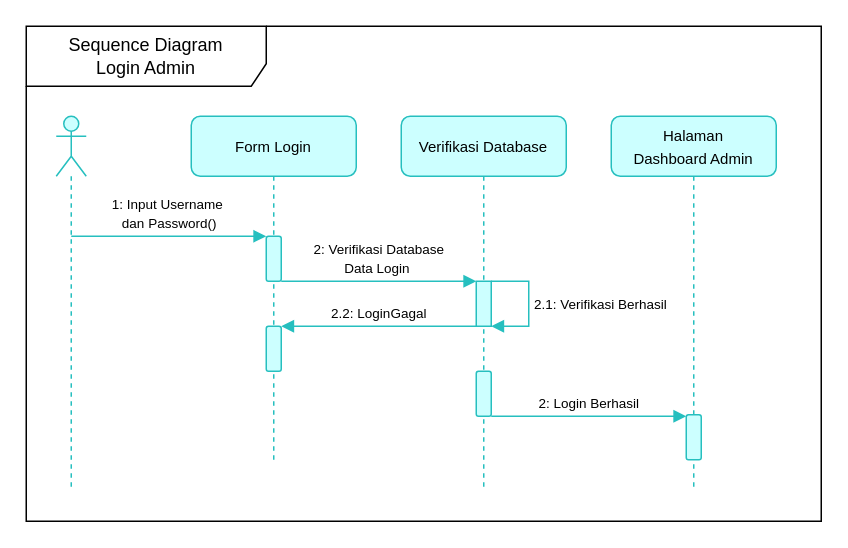
Earlier version of the draw.io diagram page "Sequence Diagram" (12 of 27) of Diagram Tanpa Judul.drawio (RyanRamadhan11/drawio). Source tidied: cells renumbered, new cells numbered last; positions are measured from the earlier drawing's top-left corner, leaving out a move shared by most shapes. Both pictures are drawn from the tidied source at 150%, with x=0, y=0 at pixel (26, 26).
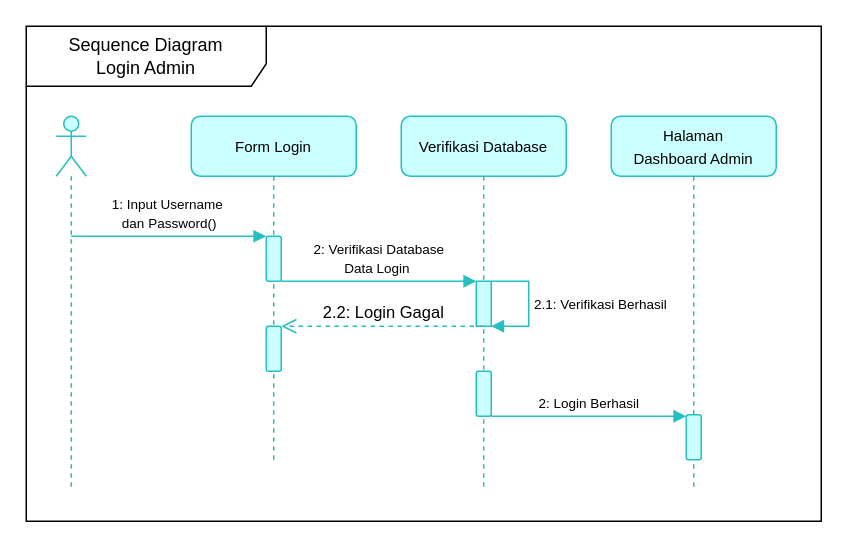
The same diagram, later.

The change refers to these unchanged cells:
```xml
<mxCell id="7" style="html=1;points=[];perimeter=orthogonalPerimeter;outlineConnect=0;targetShapes=umlLifeline;portConstraint=eastwest;newEdgeStyle={&quot;edgeStyle&quot;:&quot;elbowEdgeStyle&quot;,&quot;elbow&quot;:&quot;vertical&quot;,&quot;curved&quot;:0,&quot;rounded&quot;:0};labelBackgroundColor=none;rounded=1;strokeColor=#26BFBF;fillColor=#CCFFFF;" parent="5" vertex="1">
  <mxGeometry x="50" y="140" width="10" height="30" as="geometry" />
</mxCell>
<mxCell id="8" value="&lt;font style=&quot;font-size: 10px;&quot;&gt;Verifikasi Database&lt;/font&gt;" style="shape=umlLifeline;perimeter=lifelinePerimeter;whiteSpace=wrap;html=1;outlineConnect=0;portConstraint=eastwest;newEdgeStyle={&quot;edgeStyle&quot;:&quot;elbowEdgeStyle&quot;,&quot;elbow&quot;:&quot;vertical&quot;,&quot;curved&quot;:0,&quot;rounded&quot;:0};labelBackgroundColor=none;rounded=1;strokeColor=#26BFBF;fillColor=#CCFFFF;" parent="1" vertex="1">
  <mxGeometry x="250" y="60" width="110" height="250" as="geometry" />
</mxCell>
<mxCell id="9" style="html=1;points=[];perimeter=orthogonalPerimeter;outlineConnect=0;targetShapes=umlLifeline;portConstraint=eastwest;newEdgeStyle={&quot;edgeStyle&quot;:&quot;elbowEdgeStyle&quot;,&quot;elbow&quot;:&quot;vertical&quot;,&quot;curved&quot;:0,&quot;rounded&quot;:0};fillColor=#CCFFFF;strokeColor=#26BFBF;" parent="8" vertex="1">
  <mxGeometry x="50" y="110" width="10" height="30" as="geometry" />
</mxCell>
```

What changed in the source:
```diff
@@
-    <mxCell id="15" value="&lt;div style=&quot;text-align: justify;&quot;&gt;&lt;span style=&quot;font-size: 9px;&quot;&gt;2.2: LoginGagal&lt;/span&gt;&lt;/div&gt;" style="html=1;verticalAlign=bottom;endArrow=block;edgeStyle=elbowEdgeStyle;elbow=vertical;curved=0;rounded=1;labelBackgroundColor=none;fontColor=default;strokeColor=#26BFBF;" parent="1" edge="1" source="9" target="7">
-      <mxGeometry relative="1" as="geometry">
-        <Array as="points">
-          <mxPoint x="250" y="200" />
-        </Array>
-      </mxGeometry>
-    </mxCell>
@@
+    <mxCell id="17" value="2.2: Login Gagal" style="html=1;verticalAlign=bottom;endArrow=open;dashed=1;endSize=8;edgeStyle=elbowEdgeStyle;elbow=vertical;curved=0;rounded=0;strokeColor=#26BFBF;" parent="1" edge="1" source="8">
+      <mxGeometry relative="1" as="geometry">
+        <mxPoint x="170" y="200" as="targetPoint" />
+      </mxGeometry>
+    </mxCell>
```
